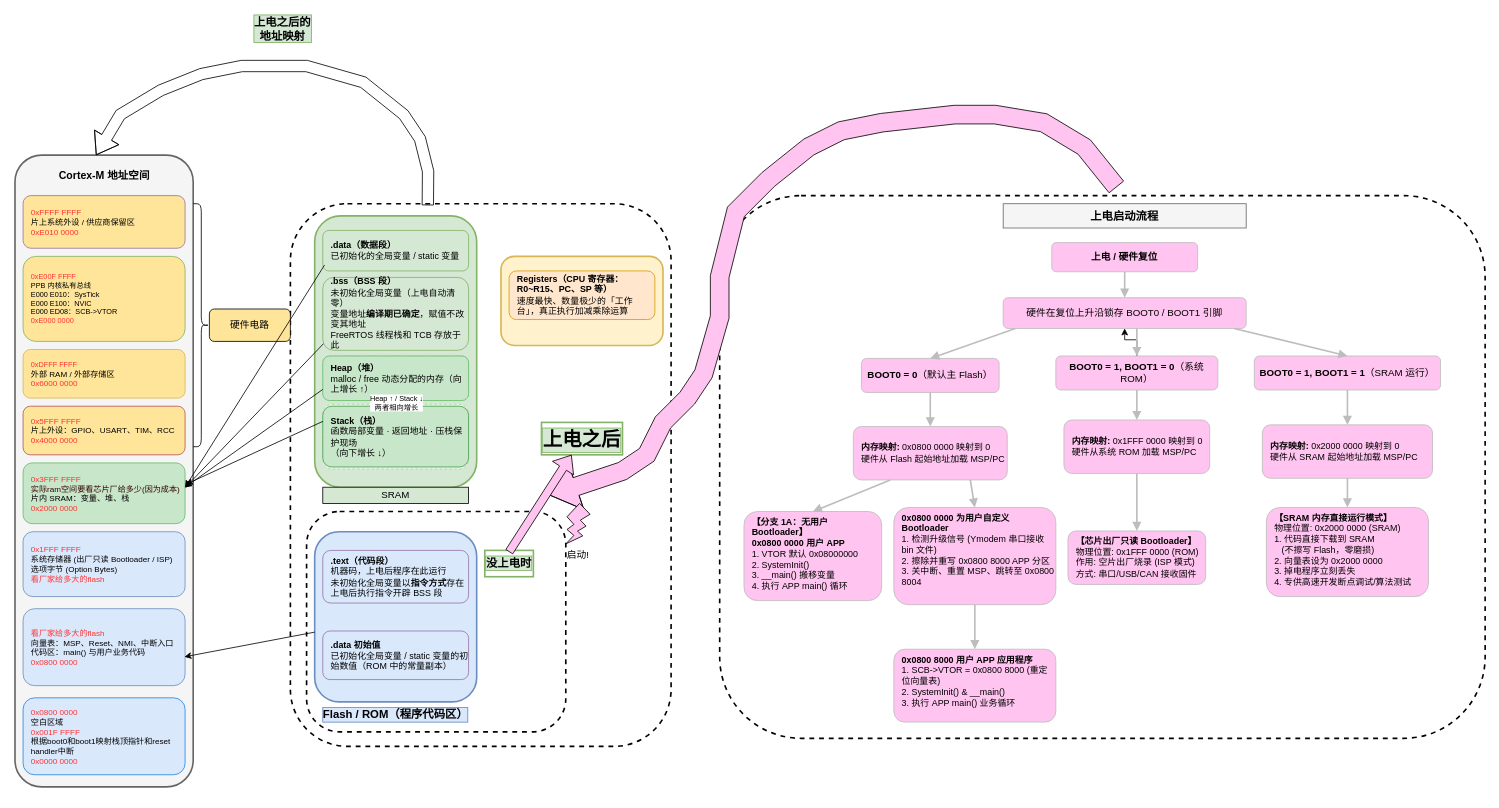
Earlier version of the draw.io diagram 术中自有万钟粟/Cortex-M4内核原理/arm_mcu内存划分.drawio (evil0knight/Basic_learning_record). Source tidied: cells renumbered, new cells numbered last; positions are measured from the earlier drawing's top-left corner, leaving out a move shared by most shapes. Both pictures are drawn from the tidied source at 81%, with x=0, y=0 at pixel (15, 66).
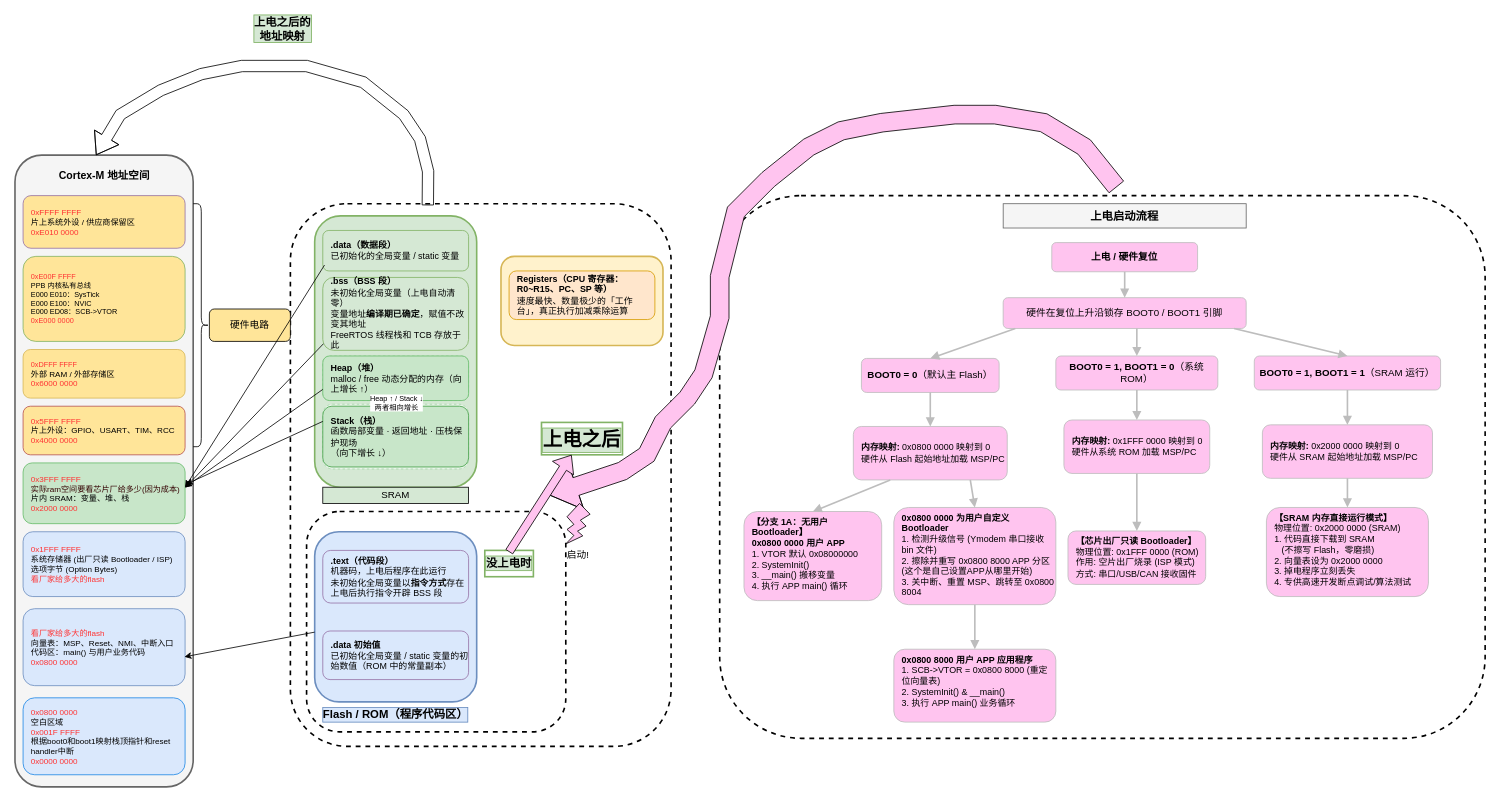
The same page after the edit.

Commit message:
更新arm_mcu内存划分.drawio

Unchanged cells that the change refers to:
```xml
<mxCell id="23" value="硬件在复位上升沿锁存 BOOT0 / BOOT1 引脚" style="rounded=1;whiteSpace=wrap;html=1;fillColor=#FFC4EF;strokeColor=#bdbdbd;fontSize=12;align=center;" parent="1" vertex="1">
  <mxGeometry x="1220" y="286" width="300" height="38" as="geometry" />
</mxCell>
<mxCell id="26" value="&lt;b&gt;BOOT0 = 1, BOOT1 = 0&lt;/b&gt;（系统 ROM）" style="rounded=1;whiteSpace=wrap;html=1;fillColor=#FFC4EF;strokeColor=#bdbdbd;fontSize=12;align=center;" parent="1" vertex="1">
  <mxGeometry x="1285" y="358" width="200" height="42" as="geometry" />
</mxCell>
```

What changed in the source:
```diff
@@
-    <mxCell id="25" style="edgeStyle=orthogonalEdgeStyle;rounded=0;jettySize=auto;html=1;fontFamily=Helvetica;fontSize=14;fontColor=default;fontStyle=1;labelBorderColor=#82b366;labelBackgroundColor=#d5e8d4;" parent="1" edge="1" source="26" target="23">
-      <mxGeometry relative="1" as="geometry" />
-    </mxCell>
@@
-    <mxCell id="32" value="&lt;b&gt;0x0800 0000 为用户自定义 Bootloader&lt;/b&gt;&lt;br&gt;1. 检测升级信号 (Ymodem 串口接收 bin 文件)&lt;br&gt;2. 擦除并重写 0x0800 8000 APP 分区&lt;br&gt;3. 关中断、重置 MSP、跳转至 0x0800 8004" style="rounded=1;whiteSpace=wrap;html=1;fillColor=#FFC4EF;strokeColor=#bdbdbd;fontSize=11;align=left;spacingLeft=8;verticalAlign=top;" parent="1" vertex="1">
+    <mxCell id="32" value="&lt;b&gt;0x0800 0000 为用户自定义 Bootloader&lt;/b&gt;&lt;br&gt;1. 检测升级信号 (Ymodem 串口接收 bin 文件)&lt;br&gt;2. 擦除并重写 0x0800 8000 APP 分区(这个是自己设置APP从哪里开始)&lt;br&gt;3. 关中断、重置 MSP、跳转至 0x0800 8004" style="rounded=1;whiteSpace=wrap;html=1;fillColor=#FFC4EF;strokeColor=#bdbdbd;fontSize=11;align=left;spacingLeft=8;verticalAlign=top;" parent="1" vertex="1">
       <mxGeometry x="1085" y="545" width="200" height="120" as="geometry" />
     </mxCell>
```
